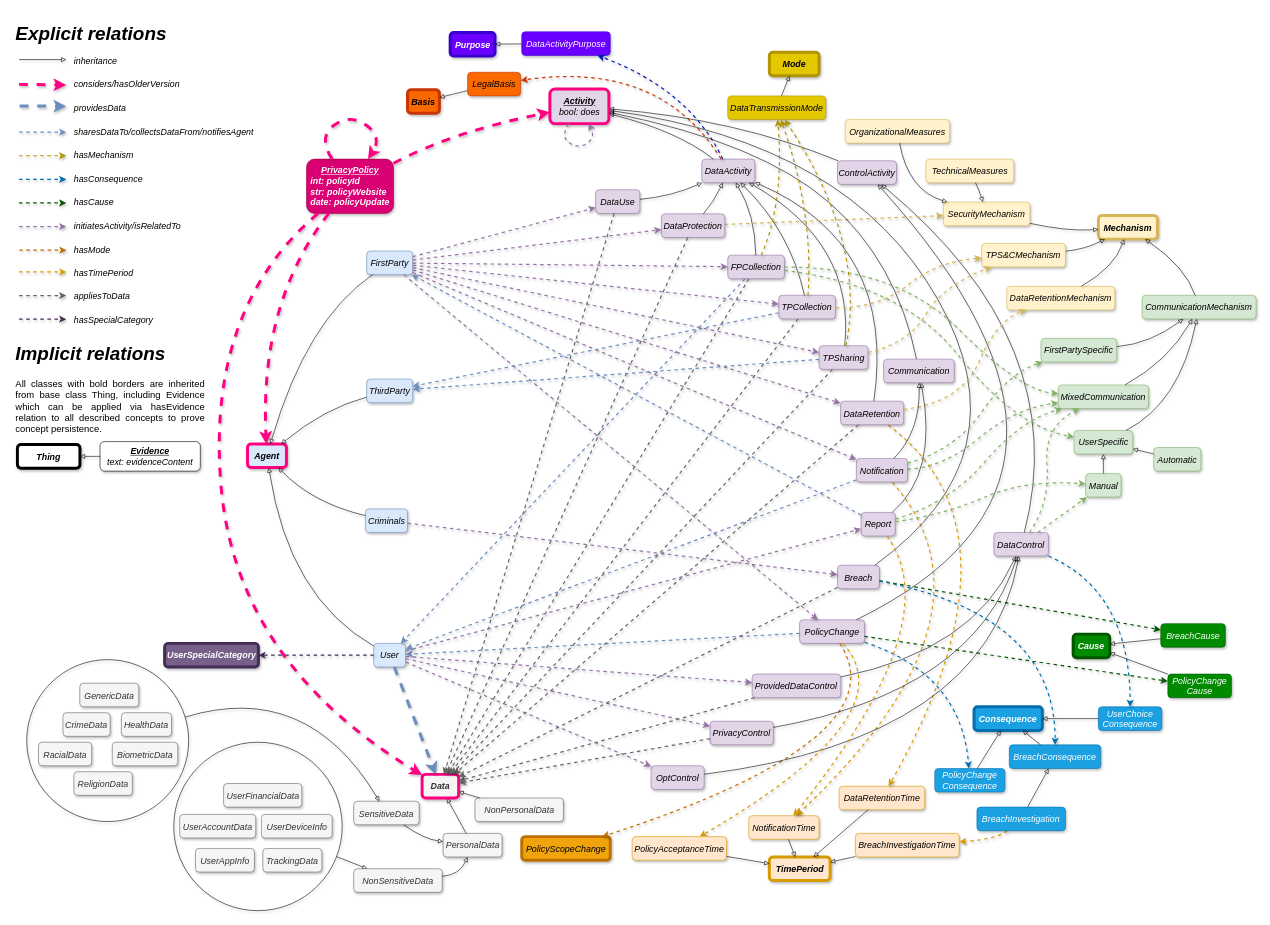
Earlier version of the draw.io diagram page "full+collection+noorphans" (3 of 3) of resources/docs/outdated/v1.1.1/ontology.drawio (kuznetsovmd/pp-ontology). Source tidied: cells renumbered, new cells numbered last; positions are measured from the earlier drawing's top-left corner, leaving out a move shared by most shapes. Both pictures are drawn from the tidied source at 59%, with x=0, y=0 at pixel (12, 15).
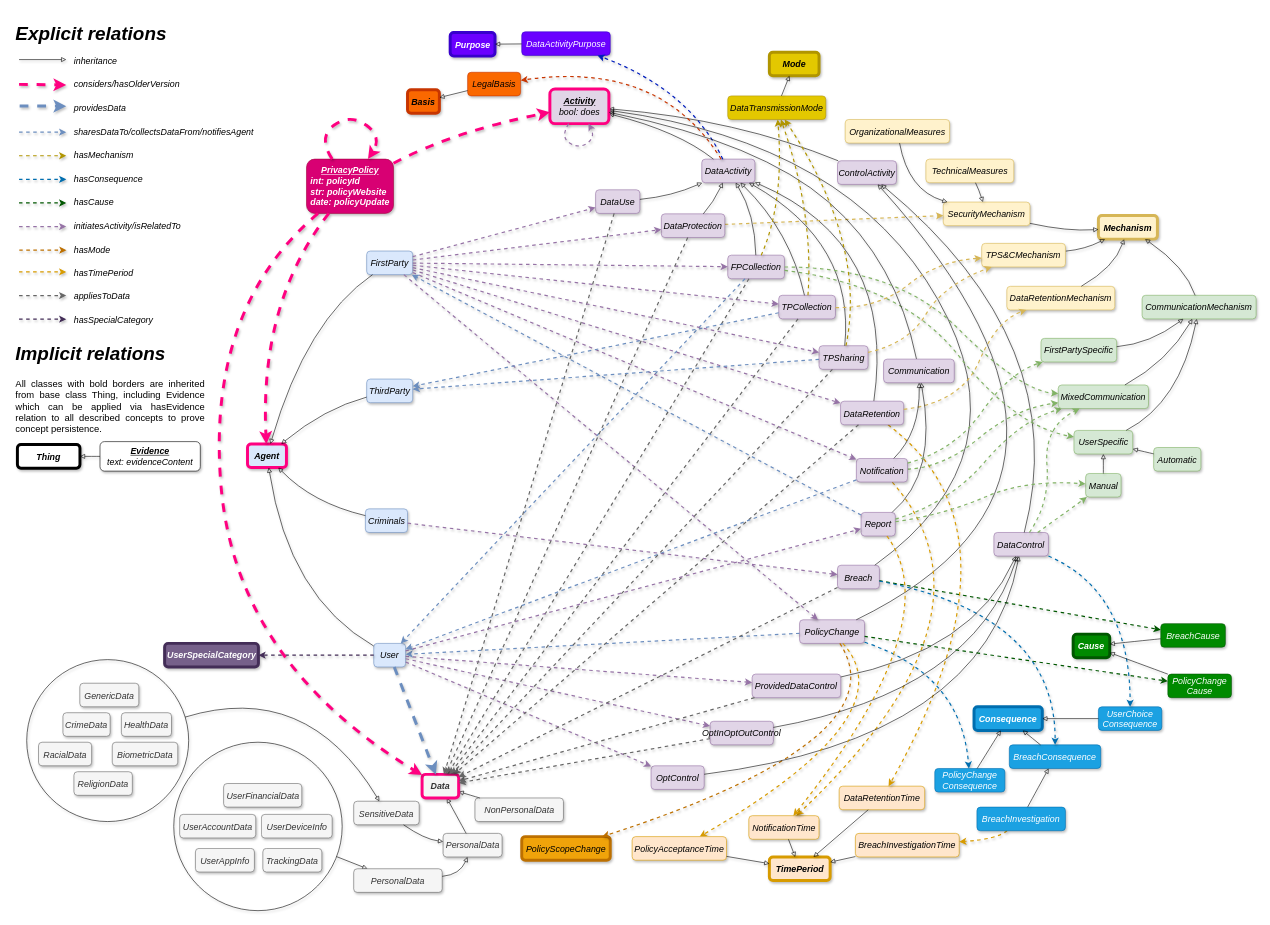
After the change.

What changed in the source:
```diff
@@
-    <mxCell id="86" value="PrivacyControl" style="rounded=1;whiteSpace=wrap;html=1;fillColor=#e1d5e7;strokeColor=#9673a6;fontSize=15;fontStyle=2;shadow=1;fontFamily=Helvetica;" parent="1" vertex="1">
+    <mxCell id="86" value="OptInOptOutControl" style="rounded=1;whiteSpace=wrap;html=1;fillColor=#e1d5e7;strokeColor=#9673a6;fontSize=15;fontStyle=2;shadow=1;fontFamily=Helvetica;" parent="1" vertex="1">
       <mxGeometry x="1182" y="1196" width="107.3" height="40" as="geometry" />
     </mxCell>
@@
-    <mxCell id="89" value="&lt;div style=&quot;font-size: 15px;&quot;&gt;NonSensitiveData&lt;/div&gt;" style="rounded=1;whiteSpace=wrap;html=1;fillColor=#f5f5f5;fontColor=#333333;strokeColor=#666666;fontSize=15;fontStyle=2;shadow=1;fontFamily=Helvetica;" parent="1" vertex="1">
+    <mxCell id="89" value="&lt;div style=&quot;font-size: 15px;&quot;&gt;PersonalData&lt;/div&gt;" style="rounded=1;whiteSpace=wrap;html=1;fillColor=#f5f5f5;fontColor=#333333;strokeColor=#666666;fontSize=15;fontStyle=2;shadow=1;fontFamily=Helvetica;" parent="1" vertex="1">
       <mxGeometry x="578" y="1446" width="150" height="40" as="geometry" />
     </mxCell>
```
